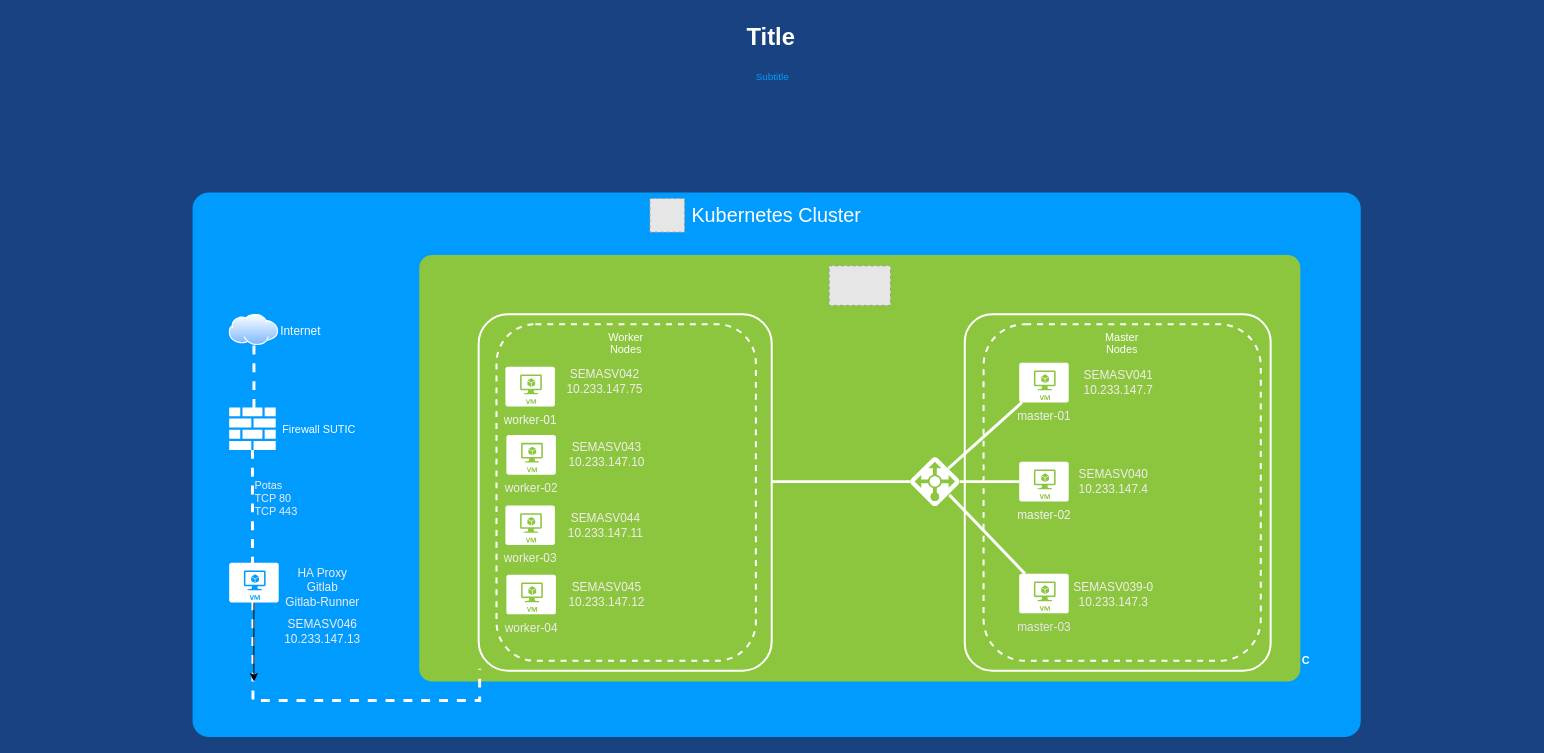
This is Diagrama sem nome.drawio from dionepcs/ghkskkdhsema, a draw.io file, before an edit. Source tidied: cells renumbered, new cells numbered last; positions are measured from the earlier drawing's top-left corner, leaving out a move shared by most shapes. Both pictures are drawn from the tidied source at 99%, with x=0, y=0 at pixel (17, 17). Pictures stored in the file or linked from it are replaced by grey dashed boxes.
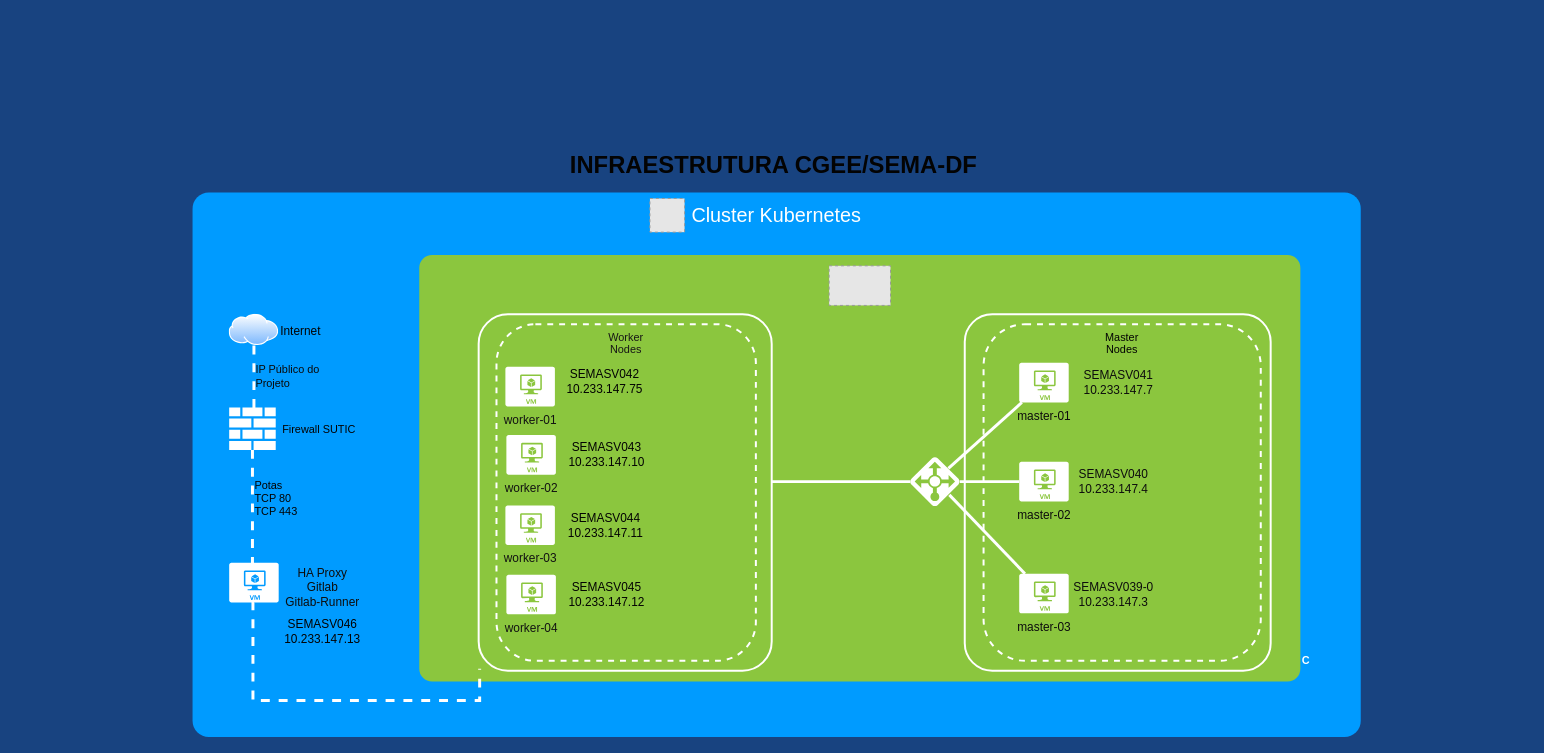
The same page after the edit.

The change refers to these unchanged cells:
```xml
<mxCell id="14" style="edgeStyle=orthogonalEdgeStyle;html=1;startArrow=none;startFill=0;startSize=10;endArrow=none;endFill=0;endSize=10;strokeWidth=3;fontSize=11;fontColor=#FFFFFF;strokeColor=#FFFFFF;dashed=1;rounded=0;entryX=0.47;entryY=0.25;entryDx=0;entryDy=0;entryPerimeter=0;" parent="1" edge="1" source="16" target="22">
  <mxGeometry relative="1" as="geometry" />
</mxCell>
<mxCell id="22" value="&lt;font color=&quot;#fcfcfc&quot;&gt;&lt;br&gt;&lt;/font&gt;" style="verticalLabelPosition=middle;html=1;verticalAlign=middle;strokeColor=none;fillColor=#FFFFFF;shape=mxgraph.azure.virtual_machine;rounded=1;shadow=0;fontSize=12;fontColor=#000000;align=left;labelPosition=right;" parent="1" vertex="1">
  <mxGeometry x="214" y="551" width="50" height="40" as="geometry" />
</mxCell>
```

Change to the diagram source:
```diff
@@
-    <mxCell id="2" value="Kubernetes Cluster" style="whiteSpace=wrap;html=1;rounded=1;shadow=0;strokeColor=none;strokeWidth=2;fillColor=#009BFF;fontSize=20;fontColor=#FFFFFF;align=center;arcSize=3;verticalAlign=top;spacingTop=4;" parent="1" vertex="1">
+    <mxCell id="2" value="Cluster Kubernetes" style="whiteSpace=wrap;html=1;rounded=1;shadow=0;strokeColor=none;strokeWidth=2;fillColor=#009BFF;fontSize=20;fontColor=#FFFFFF;align=center;arcSize=3;verticalAlign=top;spacingTop=4;" parent="1" vertex="1">
       <mxGeometry x="177" y="177" width="1180" height="550" as="geometry" />
     </mxCell>
@@
-    <mxCell id="6" value="&lt;span&gt;Master&lt;br&gt;Nodes&lt;br&gt;&lt;/span&gt;" style="rounded=1;whiteSpace=wrap;html=1;shadow=0;strokeWidth=2;fillColor=none;fontSize=11;fontColor=#FFFFFF;align=center;strokeColor=#FFFFFF;dashed=1;verticalAlign=top;" parent="1" vertex="1">
+    <mxCell id="6" value="&lt;span&gt;Master&lt;br&gt;Nodes&lt;br&gt;&lt;/span&gt;" style="rounded=1;whiteSpace=wrap;html=1;shadow=0;strokeWidth=2;fillColor=none;fontSize=11;fontColor=#030303;align=center;strokeColor=#FFFFFF;dashed=1;verticalAlign=top;" parent="1" vertex="1">
       <mxGeometry x="976" y="310" width="280" height="340" as="geometry" />
     </mxCell>
@@
-    <mxCell id="11" value="&lt;div style=&quot;&quot;&gt;master-01&lt;/div&gt;" style="verticalLabelPosition=bottom;html=1;verticalAlign=top;strokeColor=none;fillColor=#FFFFFF;shape=mxgraph.azure.virtual_machine;rounded=1;shadow=0;fontSize=12;fontColor=#F0F0F0;align=center;" parent="1" vertex="1">
+    <mxCell id="11" value="&lt;div style=&quot;&quot;&gt;master-01&lt;/div&gt;" style="verticalLabelPosition=bottom;html=1;verticalAlign=top;strokeColor=none;fillColor=#FFFFFF;shape=mxgraph.azure.virtual_machine;rounded=1;shadow=0;fontSize=12;fontColor=#0d0d0d;align=center;" parent="1" vertex="1">
       <mxGeometry x="1012" y="349" width="50" height="40" as="geometry" />
     </mxCell>
-    <mxCell id="12" value="master-02" style="verticalLabelPosition=bottom;html=1;verticalAlign=top;strokeColor=none;fillColor=#FFFFFF;shape=mxgraph.azure.virtual_machine;rounded=1;shadow=0;fontSize=12;fontColor=#f4f0f0;align=center;" parent="1" vertex="1">
+    <mxCell id="12" value="master-02" style="verticalLabelPosition=bottom;html=1;verticalAlign=top;strokeColor=none;fillColor=#FFFFFF;shape=mxgraph.azure.virtual_machine;rounded=1;shadow=0;fontSize=12;fontColor=#0d0d0d;align=center;" parent="1" vertex="1">
       <mxGeometry x="1012" y="449" width="50" height="40" as="geometry" />
     </mxCell>
-    <mxCell id="13" value="master-03" style="verticalLabelPosition=bottom;html=1;verticalAlign=top;strokeColor=none;fillColor=#FFFFFF;shape=mxgraph.azure.virtual_machine;rounded=1;shadow=0;fontSize=12;fontColor=#ebe5e5;align=center;" parent="1" vertex="1">
+    <mxCell id="13" value="master-03" style="verticalLabelPosition=bottom;html=1;verticalAlign=top;strokeColor=none;fillColor=#FFFFFF;shape=mxgraph.azure.virtual_machine;rounded=1;shadow=0;fontSize=12;fontColor=#0d0d0d;align=center;" parent="1" vertex="1">
       <mxGeometry x="1012" y="562" width="50" height="40" as="geometry" />
     </mxCell>
@@
-    <mxCell id="15" value="Potas&lt;br&gt;TCP 80&lt;br&gt;TCP 443" style="edgeLabel;html=1;align=left;verticalAlign=middle;labelBackgroundColor=none;fontColor=#f3eded;labelPosition=right;verticalLabelPosition=middle;" parent="14" vertex="1">
+    <mxCell id="15" value="Potas&lt;br&gt;TCP 80&lt;br&gt;TCP 443" style="edgeLabel;html=1;align=left;verticalAlign=middle;labelBackgroundColor=none;fontColor=#030303;labelPosition=right;verticalLabelPosition=middle;" parent="14" vertex="1">
       <mxGeometry x="-0.23" relative="1" as="geometry" />
     </mxCell>
-    <mxCell id="16" value="Firewall SUTIC" style="shadow=0;dashed=0;html=1;strokeColor=none;labelPosition=right;verticalLabelPosition=middle;verticalAlign=middle;shape=mxgraph.office.concepts.firewall;fillColor=#FFFFFF;rounded=1;fontSize=11;fontColor=#FFFFFF;align=left;spacingLeft=5;" parent="1" vertex="1">
+    <mxCell id="16" value="Firewall SUTIC" style="shadow=0;dashed=0;html=1;strokeColor=none;labelPosition=right;verticalLabelPosition=middle;verticalAlign=middle;shape=mxgraph.office.concepts.firewall;fillColor=#FFFFFF;rounded=1;fontSize=11;fontColor=#030303;align=left;spacingLeft=5;" parent="1" vertex="1">
       <mxGeometry x="214" y="394" width="47" height="43" as="geometry" />
     </mxCell>
@@
-    <mxCell id="19" value="Title" style="text;strokeColor=none;fillColor=none;html=1;fontSize=24;fontStyle=1;verticalAlign=middle;align=center;rounded=0;shadow=0;fontColor=#FFFFFF;" parent="1" vertex="1">
-      <mxGeometry x="6" width="1510" height="40" as="geometry" />
+    <mxCell id="19" value="INFRAESTRUTURA CGEE/SEMA-DF&amp;nbsp;" style="text;strokeColor=none;fillColor=none;html=1;fontSize=24;fontStyle=1;verticalAlign=middle;align=center;rounded=0;shadow=0;fontColor=#030303;" parent="1" vertex="1">
+      <mxGeometry x="12" y="130" width="1510" height="40" as="geometry" />
     </mxCell>
-    <mxCell id="20" value="Subtitle" style="text;html=1;strokeColor=none;fillColor=none;align=center;verticalAlign=middle;whiteSpace=wrap;rounded=0;shadow=0;fontSize=10;fontColor=#009BFF;" parent="1" vertex="1">
-      <mxGeometry y="50" width="1526" height="20" as="geometry" />
-    </mxCell>
-    <mxCell id="21" style="edgeStyle=orthogonalEdgeStyle;rounded=0;jettySize=auto;html=1;fontColor=#f3eded;" parent="1" edge="1" source="22">
-      <mxGeometry relative="1" as="geometry">
-        <mxPoint x="239" y="671" as="targetPoint" />
-      </mxGeometry>
-    </mxCell>
@@
-    <mxCell id="25" value="&lt;span&gt;Worker&lt;br&gt;Nodes&lt;br&gt;&lt;/span&gt;" style="rounded=1;whiteSpace=wrap;html=1;shadow=0;strokeWidth=2;fillColor=none;fontSize=11;fontColor=#FFFFFF;align=center;strokeColor=#FFFFFF;dashed=1;verticalAlign=top;" parent="1" vertex="1">
+    <mxCell id="25" value="&lt;span&gt;Worker&lt;br&gt;Nodes&lt;br&gt;&lt;/span&gt;" style="rounded=1;whiteSpace=wrap;html=1;shadow=0;strokeWidth=2;fillColor=none;fontSize=11;fontColor=#171616;align=center;strokeColor=#FFFFFF;dashed=1;verticalAlign=top;" parent="1" vertex="1">
       <mxGeometry x="484" y="310" width="262" height="340" as="geometry" />
     </mxCell>
@@
-    <mxCell id="27" value="worker-02" style="verticalLabelPosition=bottom;html=1;verticalAlign=top;strokeColor=none;fillColor=#FFFFFF;shape=mxgraph.azure.virtual_machine;rounded=1;shadow=0;fontSize=12;fontColor=#f2eded;align=center;" parent="1" vertex="1">
+    <mxCell id="27" value="worker-02" style="verticalLabelPosition=bottom;html=1;verticalAlign=top;strokeColor=none;fillColor=#FFFFFF;shape=mxgraph.azure.virtual_machine;rounded=1;shadow=0;fontSize=12;fontColor=#121212;align=center;" parent="1" vertex="1">
       <mxGeometry x="494" y="422" width="50" height="40" as="geometry" />
     </mxCell>
-    <mxCell id="28" value="worker-03" style="verticalLabelPosition=bottom;html=1;verticalAlign=top;strokeColor=none;fillColor=#FFFFFF;shape=mxgraph.azure.virtual_machine;rounded=1;shadow=0;fontSize=12;fontColor=#f3ecec;align=center;" parent="1" vertex="1">
+    <mxCell id="28" value="worker-03" style="verticalLabelPosition=bottom;html=1;verticalAlign=top;strokeColor=none;fillColor=#FFFFFF;shape=mxgraph.azure.virtual_machine;rounded=1;shadow=0;fontSize=12;fontColor=#121212;align=center;" parent="1" vertex="1">
       <mxGeometry x="493" y="493" width="50" height="40" as="geometry" />
     </mxCell>
-    <mxCell id="29" value="worker-04" style="verticalLabelPosition=bottom;html=1;verticalAlign=top;strokeColor=none;fillColor=#FFFFFF;shape=mxgraph.azure.virtual_machine;rounded=1;shadow=0;fontSize=12;fontColor=#f2eded;align=center;" parent="1" vertex="1">
+    <mxCell id="29" value="worker-04" style="verticalLabelPosition=bottom;html=1;verticalAlign=top;strokeColor=none;fillColor=#FFFFFF;shape=mxgraph.azure.virtual_machine;rounded=1;shadow=0;fontSize=12;fontColor=#121212;align=center;" parent="1" vertex="1">
       <mxGeometry x="494" y="563" width="50" height="40" as="geometry" />
     </mxCell>
-    <mxCell id="30" value="worker-01" style="verticalLabelPosition=bottom;html=1;verticalAlign=top;strokeColor=none;fillColor=#FFFFFF;shape=mxgraph.azure.virtual_machine;rounded=1;shadow=0;fontSize=12;fontColor=#f6f4f4;align=center;" parent="1" vertex="1">
+    <mxCell id="30" value="worker-01" style="verticalLabelPosition=bottom;html=1;verticalAlign=top;strokeColor=none;fillColor=#FFFFFF;shape=mxgraph.azure.virtual_machine;rounded=1;shadow=0;fontSize=12;fontColor=#121212;align=center;" parent="1" vertex="1">
       <mxGeometry x="493" y="353" width="50" height="40" as="geometry" />
     </mxCell>
-    <mxCell id="31" value="Internet" style="perimeter=ellipsePerimeter;html=1;align=left;shadow=0;dashed=0;spacingTop=3;image;image=img/lib/active_directory/internet_cloud.svg;fontColor=#fcfcfc;labelPosition=right;verticalLabelPosition=middle;verticalAlign=middle;labelBackgroundColor=none;" parent="1" vertex="1">
+    <mxCell id="31" value="Internet" style="perimeter=ellipsePerimeter;html=1;align=left;shadow=0;dashed=0;spacingTop=3;image;image=img/lib/active_directory/internet_cloud.svg;fontColor=#030303;labelPosition=right;verticalLabelPosition=middle;verticalAlign=middle;labelBackgroundColor=none;" parent="1" vertex="1">
       <mxGeometry x="214" y="300" width="50" height="31.5" as="geometry" />
     </mxCell>
-    <mxCell id="32" style="edgeStyle=orthogonalEdgeStyle;html=1;startArrow=none;startFill=0;startSize=10;endArrow=none;endFill=0;endSize=10;strokeWidth=3;fontSize=11;fontColor=#FFFFFF;strokeColor=#FFFFFF;dashed=1;rounded=0;entryX=0.532;entryY=0.047;entryDx=0;entryDy=0;entryPerimeter=0;exitX=0.5;exitY=1;exitDx=0;exitDy=0;" parent="1" edge="1" source="31" target="16">
+    <mxCell id="32" value="IP Público do&lt;br&gt;Projeto" style="edgeStyle=orthogonalEdgeStyle;html=1;startArrow=none;startFill=0;startSize=10;endArrow=none;endFill=0;endSize=10;strokeWidth=3;fontSize=11;fontColor=#0a0a0a;strokeColor=#FFFFFF;dashed=1;rounded=0;entryX=0.532;entryY=0.047;entryDx=0;entryDy=0;entryPerimeter=0;exitX=0.5;exitY=1;exitDx=0;exitDy=0;labelBackgroundColor=none;labelPosition=right;verticalLabelPosition=middle;align=left;verticalAlign=middle;" parent="1" edge="1" source="31" target="16">
       <mxGeometry relative="1" as="geometry">
         <Array as="points">
           <mxPoint x="239" y="340" />
           <mxPoint x="239" y="340" />
         </Array>
       </mxGeometry>
     </mxCell>
-    <mxCell id="33" value="SEMASV046&lt;br&gt;10.233.147.13" style="text;html=1;align=center;verticalAlign=middle;strokeColor=none;fillColor=none;fontColor=#f3eded;" parent="1" vertex="1">
+    <mxCell id="33" value="SEMASV046&lt;br&gt;10.233.147.13" style="text;html=1;align=center;verticalAlign=middle;strokeColor=none;fillColor=none;fontColor=#030303;" parent="1" vertex="1">
       <mxGeometry x="258" y="600" width="100" height="40" as="geometry" />
     </mxCell>
-    <mxCell id="34" value="SEMASV042&lt;br&gt;10.233.147.75" style="text;html=1;align=center;verticalAlign=middle;strokeColor=none;fillColor=none;fontColor=#f3eded;" parent="1" vertex="1">
+    <mxCell id="34" value="SEMASV042&lt;br&gt;10.233.147.75" style="text;html=1;align=center;verticalAlign=middle;strokeColor=none;fillColor=none;fontColor=#030303;" parent="1" vertex="1">
       <mxGeometry x="543" y="348" width="100" height="40" as="geometry" />
     </mxCell>
-    <mxCell id="35" value="&lt;span style=&quot;background-color: initial;&quot;&gt;HA Proxy&lt;/span&gt;&lt;br&gt;&lt;div&gt;Gitlab&lt;/div&gt;&lt;div&gt;Gitlab-Runner&lt;/div&gt;" style="text;html=1;align=center;verticalAlign=middle;strokeColor=none;fillColor=none;fontColor=#f3eded;" parent="1" vertex="1">
+    <mxCell id="35" value="&lt;span style=&quot;background-color: initial;&quot;&gt;HA Proxy&lt;/span&gt;&lt;br&gt;&lt;div&gt;Gitlab&lt;/div&gt;&lt;div&gt;Gitlab-Runner&lt;/div&gt;" style="text;html=1;align=center;verticalAlign=middle;strokeColor=none;fillColor=none;fontColor=#0d0d0d;" parent="1" vertex="1">
       <mxGeometry x="258" y="546" width="100" height="60" as="geometry" />
     </mxCell>
-    <mxCell id="36" value="SEMASV043&lt;br&gt;10.233.147.10" style="text;html=1;align=center;verticalAlign=middle;strokeColor=none;fillColor=none;fontColor=#f3eded;" parent="1" vertex="1">
+    <mxCell id="36" value="SEMASV043&lt;br&gt;10.233.147.10" style="text;html=1;align=center;verticalAlign=middle;strokeColor=none;fillColor=none;fontColor=#030303;" parent="1" vertex="1">
       <mxGeometry x="545" y="422" width="100" height="40" as="geometry" />
     </mxCell>
-    <mxCell id="37" value="SEMASV044&lt;br&gt;10.233.147.11" style="text;html=1;align=center;verticalAlign=middle;strokeColor=none;fillColor=none;fontColor=#f3eded;" parent="1" vertex="1">
+    <mxCell id="37" value="SEMASV044&lt;br&gt;10.233.147.11" style="text;html=1;align=center;verticalAlign=middle;strokeColor=none;fillColor=none;fontColor=#030303;" parent="1" vertex="1">
       <mxGeometry x="544" y="493" width="100" height="40" as="geometry" />
     </mxCell>
-    <mxCell id="38" value="SEMASV045&lt;br&gt;10.233.147.12" style="text;html=1;align=center;verticalAlign=middle;strokeColor=none;fillColor=none;fontColor=#f3eded;" parent="1" vertex="1">
+    <mxCell id="38" value="SEMASV045&lt;br&gt;10.233.147.12" style="text;html=1;align=center;verticalAlign=middle;strokeColor=none;fillColor=none;fontColor=#030303;" parent="1" vertex="1">
       <mxGeometry x="545" y="563" width="100" height="40" as="geometry" />
     </mxCell>
-    <mxCell id="39" value="SEMASV041&lt;br&gt;10.233.147.7" style="text;html=1;align=center;verticalAlign=middle;strokeColor=none;fillColor=none;fontColor=#f3eded;" parent="1" vertex="1">
+    <mxCell id="39" value="SEMASV041&lt;br&gt;10.233.147.7" style="text;html=1;align=center;verticalAlign=middle;strokeColor=none;fillColor=none;fontColor=#0d0d0d;" parent="1" vertex="1">
       <mxGeometry x="1067" y="349" width="90" height="40" as="geometry" />
     </mxCell>
-    <mxCell id="40" value="SEMASV040&lt;br&gt;10.233.147.4" style="text;html=1;align=center;verticalAlign=middle;strokeColor=none;fillColor=none;fontColor=#f3eded;" parent="1" vertex="1">
+    <mxCell id="40" value="SEMASV040&lt;br&gt;10.233.147.4" style="text;html=1;align=center;verticalAlign=middle;strokeColor=none;fillColor=none;fontColor=#0d0d0d;" parent="1" vertex="1">
       <mxGeometry x="1062" y="449" width="90" height="40" as="geometry" />
     </mxCell>
-    <mxCell id="41" value="SEMASV039-0&lt;br&gt;10.233.147.3" style="text;html=1;align=center;verticalAlign=middle;strokeColor=none;fillColor=none;fontColor=#f3eded;" parent="1" vertex="1">
+    <mxCell id="41" value="SEMASV039-0&lt;br&gt;10.233.147.3" style="text;html=1;align=center;verticalAlign=middle;strokeColor=none;fillColor=none;fontColor=#0d0d0d;" parent="1" vertex="1">
       <mxGeometry x="1057" y="563" width="100" height="40" as="geometry" />
     </mxCell>
```
